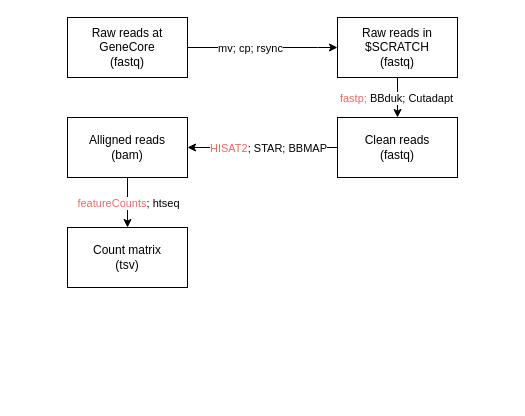
Earlier version of the draw.io diagram RNASeq_pipeline.drawio (timedreamer/RNASeq_tutorial). Source tidied: cells renumbered, new cells numbered last; positions are measured from the earlier drawing's top-left corner, leaving out a move shared by most shapes. Both pictures are drawn from the tidied source at 100%, with x=0, y=0 at pixel (67, 17).
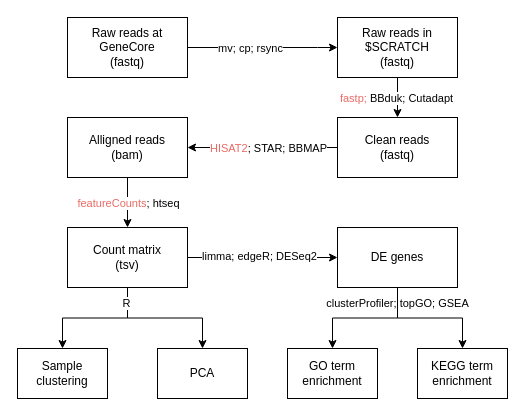
After the change.

Commit message (it also covers changes not shown here):
update pipeline figure

The change refers to these unchanged cells:
```xml
<mxCell id="15" value="Count matrix&lt;br&gt;(tsv)" style="rounded=0;whiteSpace=wrap;html=1;" parent="1" vertex="1">
  <mxGeometry y="210" width="120" height="60" as="geometry" />
</mxCell>
```

The edit, as a diff of the source:
```diff
@@
+    <mxCell id="16" style="edgeStyle=orthogonalEdgeStyle;rounded=0;jettySize=auto;html=1;" parent="1" edge="1" source="15" target="24">
+      <mxGeometry relative="1" as="geometry" />
+    </mxCell>
+    <mxCell id="17" value="limma; edgeR; DESeq2" style="edgeLabel;html=1;align=center;verticalAlign=middle;" parent="16" vertex="1">
+      <mxGeometry x="-0.12" y="2" relative="1" as="geometry">
+        <mxPoint x="5" as="offset" />
+      </mxGeometry>
+    </mxCell>
+    <mxCell id="18" style="edgeStyle=orthogonalEdgeStyle;rounded=0;jettySize=auto;html=1;entryX=0.5;entryY=0;entryDx=0;entryDy=0;" parent="1" edge="1" source="15" target="25">
+      <mxGeometry relative="1" as="geometry" />
+    </mxCell>
+    <mxCell id="19" style="edgeStyle=orthogonalEdgeStyle;rounded=0;jettySize=auto;html=1;" parent="1" edge="1" source="15" target="26">
+      <mxGeometry relative="1" as="geometry" />
+    </mxCell>
+    <mxCell id="20" value="R" style="edgeLabel;html=1;align=center;verticalAlign=middle;" parent="19" vertex="1">
+      <mxGeometry x="-0.78" y="-2" relative="1" as="geometry" />
+    </mxCell>
@@
+    <mxCell id="21" style="edgeStyle=orthogonalEdgeStyle;rounded=0;jettySize=auto;html=1;entryX=0.5;entryY=0;entryDx=0;entryDy=0;" parent="1" edge="1" source="24" target="27">
+      <mxGeometry relative="1" as="geometry" />
+    </mxCell>
+    <mxCell id="22" value="clusterProfiler; topGO; GSEA" style="edgeLabel;html=1;align=center;verticalAlign=middle;" parent="21" vertex="1">
+      <mxGeometry x="-0.76" y="-1" relative="1" as="geometry" />
+    </mxCell>
+    <mxCell id="23" style="edgeStyle=orthogonalEdgeStyle;rounded=0;jettySize=auto;html=1;" parent="1" edge="1" source="24" target="28">
+      <mxGeometry relative="1" as="geometry" />
+    </mxCell>
+    <mxCell id="24" value="DE genes" style="rounded=0;whiteSpace=wrap;html=1;" parent="1" vertex="1">
+      <mxGeometry x="270" y="210" width="120" height="60" as="geometry" />
+    </mxCell>
+    <mxCell id="25" value="Sample clustering" style="rounded=0;whiteSpace=wrap;html=1;" parent="1" vertex="1">
+      <mxGeometry x="-50" y="331" width="90" height="50" as="geometry" />
+    </mxCell>
+    <mxCell id="26" value="PCA" style="rounded=0;whiteSpace=wrap;html=1;" parent="1" vertex="1">
+      <mxGeometry x="90" y="331" width="90" height="50" as="geometry" />
+    </mxCell>
+    <mxCell id="27" value="GO term enrichment" style="rounded=0;whiteSpace=wrap;html=1;" parent="1" vertex="1">
+      <mxGeometry x="220" y="331" width="90" height="50" as="geometry" />
+    </mxCell>
+    <mxCell id="28" value="KEGG term enrichment" style="rounded=0;whiteSpace=wrap;html=1;" parent="1" vertex="1">
+      <mxGeometry x="350" y="331" width="90" height="50" as="geometry" />
+    </mxCell>
```
